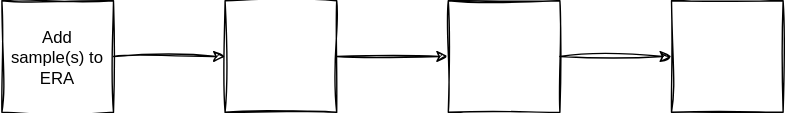
This is workflow.drawio.svg from keeble/i19-1-workshop, a draw.io export, as it was before one commit. Source tidied: cells renumbered, new cells last; positions are measured from the earlier drawing's top-left corner, leaving out a move shared by most shapes.
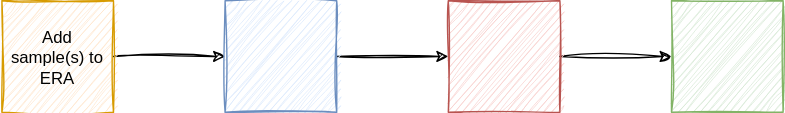
Above is the later version.

What changed in the source:
```diff
@@ -5,22 +5,22 @@
     <mxCell id="2" style="edgeStyle=orthogonalEdgeStyle;rounded=0;jettySize=auto;html=1;sketch=1;curveFitting=1;jiggle=2;" parent="1" edge="1" source="3" target="5">
       <mxGeometry relative="1" as="geometry" />
     </mxCell>
-    <mxCell id="3" value="Add sample(s) to ERA" style="whiteSpace=wrap;html=1;rounded=0;glass=0;sketch=1;curveFitting=1;jiggle=2;spacingTop=1;spacingLeft=1;spacingRight=1;" parent="1" vertex="1">
+    <mxCell id="3" value="Add sample(s) to ERA" style="whiteSpace=wrap;html=1;rounded=0;glass=0;sketch=1;curveFitting=1;jiggle=2;spacingTop=1;spacingLeft=1;spacingRight=1;fillColor=#ffe6cc;strokeColor=#d79b00;" parent="1" vertex="1">
       <mxGeometry width="80" height="80" as="geometry" />
     </mxCell>
     <mxCell id="4" style="edgeStyle=orthogonalEdgeStyle;rounded=0;jettySize=auto;html=1;sketch=1;curveFitting=1;jiggle=2;" parent="1" edge="1" source="5" target="7">
       <mxGeometry relative="1" as="geometry" />
     </mxCell>
-    <mxCell id="5" style="whiteSpace=wrap;html=1;sketch=1;curveFitting=1;jiggle=2;" parent="1" vertex="1">
+    <mxCell id="5" style="whiteSpace=wrap;html=1;sketch=1;curveFitting=1;jiggle=2;fillColor=#dae8fc;strokeColor=#6c8ebf;" parent="1" vertex="1">
       <mxGeometry x="160" width="80" height="80" as="geometry" />
     </mxCell>
     <mxCell id="6" style="edgeStyle=orthogonalEdgeStyle;rounded=0;jettySize=auto;html=1;sketch=1;curveFitting=1;jiggle=2;" parent="1" edge="1" source="7" target="8">
       <mxGeometry relative="1" as="geometry" />
     </mxCell>
-    <mxCell id="7" style="whiteSpace=wrap;html=1;sketch=1;curveFitting=1;jiggle=2;" parent="1" vertex="1">
+    <mxCell id="7" style="whiteSpace=wrap;html=1;sketch=1;curveFitting=1;jiggle=2;fillColor=#f8cecc;strokeColor=#b85450;" parent="1" vertex="1">
       <mxGeometry x="320" width="80" height="80" as="geometry" />
     </mxCell>
-    <mxCell id="8" style="whiteSpace=wrap;html=1;sketch=1;curveFitting=1;jiggle=2;" parent="1" vertex="1">
+    <mxCell id="8" style="whiteSpace=wrap;html=1;sketch=1;curveFitting=1;jiggle=2;fillColor=#d5e8d4;strokeColor=#82b366;" parent="1" vertex="1">
       <mxGeometry x="480" width="80" height="80" as="geometry" />
     </mxCell>
   </root>
```
